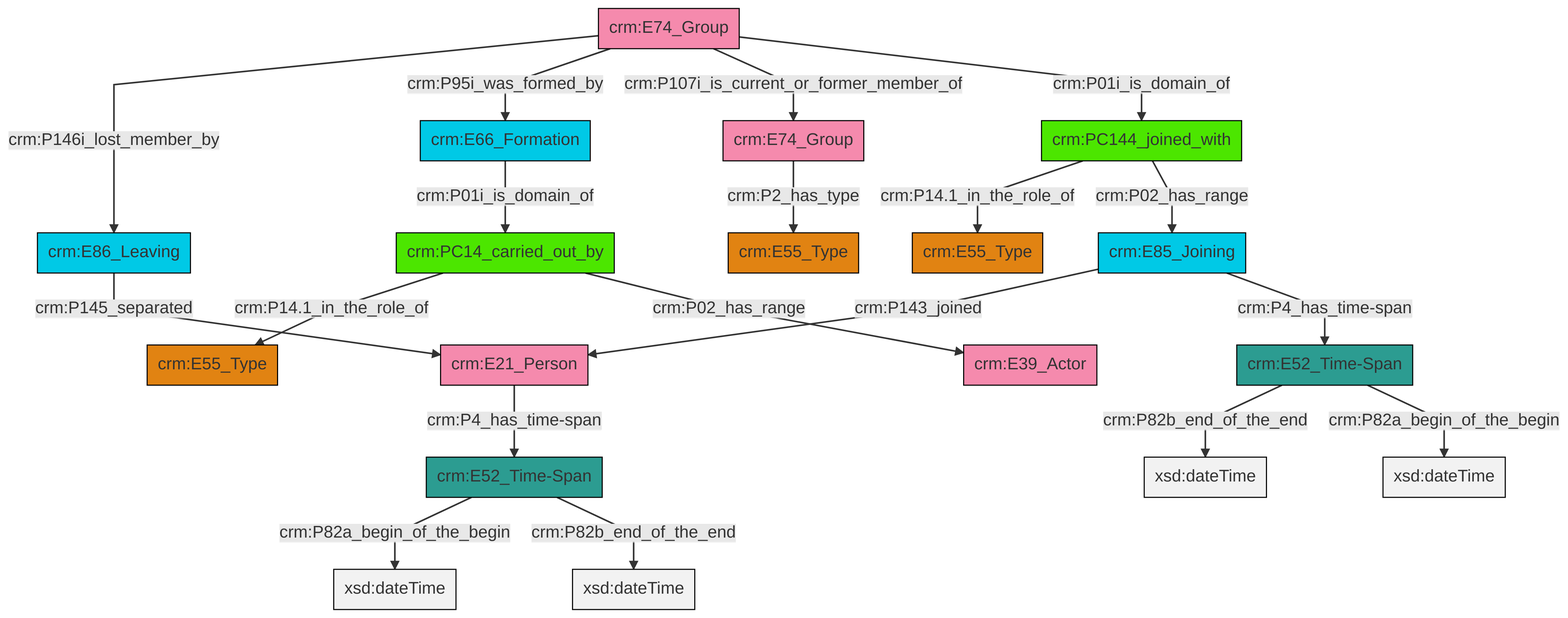
Earlier version of the Mermaid export et/groupCSV/ttl/mmd/png/group_actor_relations.png (swiss-art-research-net/reference-data-models). Its source is kept beside it as et/groupCSV/ttl/mmd/group_actor_relations.ttl.mmd.
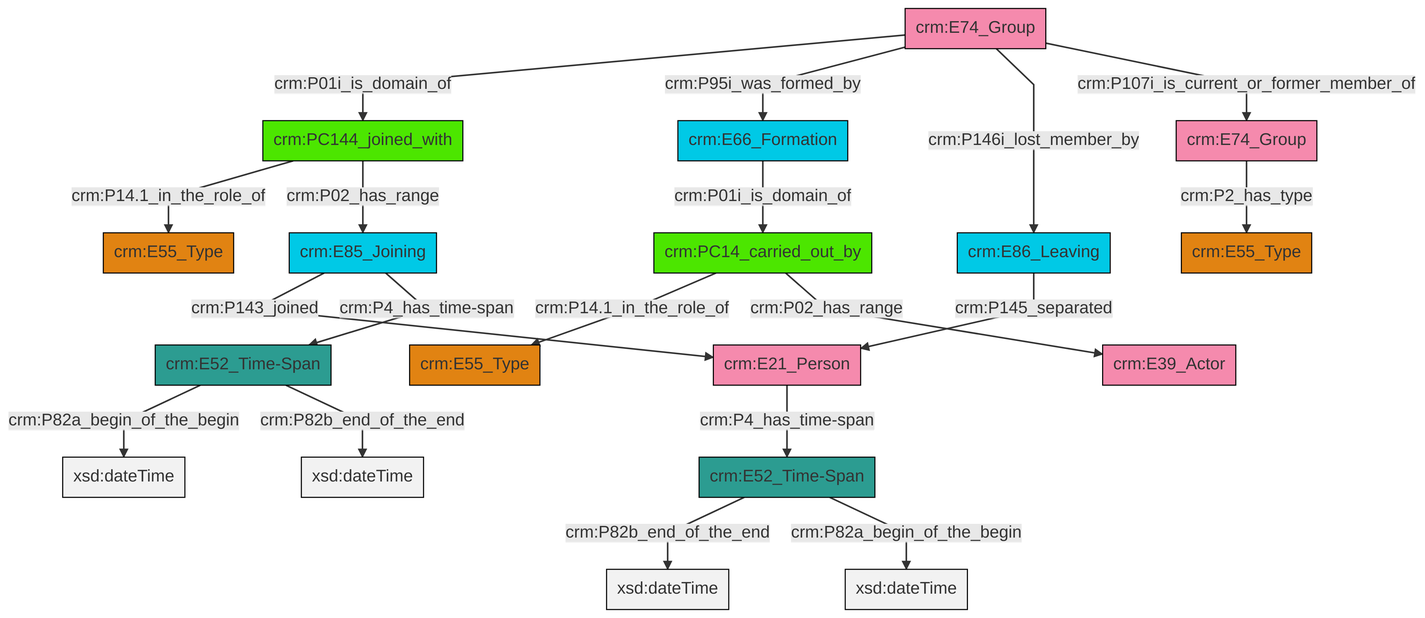
Above is the later version.

Diff of the diagram source:
```diff
@@ -13,21 +13,21 @@
 classDef PC_Classes fill:#4ce600, stroke:#000000;
 classDef Multi fill:#cccccc,stroke:#000000;
 
-4["crm:E74_Group"]:::Actor -->|crm:P146i_lost_member_by| 5["crm:E86_Leaving"]:::Temporal_Entity
-4["crm:E74_Group"]:::Actor -->|crm:P95i_was_formed_by| 8["crm:E66_Formation"]:::Temporal_Entity
-4["crm:E74_Group"]:::Actor -->|crm:P107i_is_current_or_former_member_of| 11["crm:E74_Group"]:::Actor
-12["crm:E85_Joining"]:::Temporal_Entity -->|crm:P143_joined| 13["crm:E21_Person"]:::Actor
-6["crm:E52_Time-Span"]:::Time-Span -->|crm:P82b_end_of_the_end| 14[xsd:dateTime]:::Literal
-18["crm:E52_Time-Span"]:::Time-Span -->|crm:P82a_begin_of_the_begin| 19[xsd:dateTime]:::Literal
-8["crm:E66_Formation"]:::Temporal_Entity -->|crm:P01i_is_domain_of| 20["crm:PC14_carried_out_by"]:::PC_Classes
-13["crm:E21_Person"]:::Actor -->|crm:P4_has_time-span| 18["crm:E52_Time-Span"]:::Time-Span
-0["crm:PC144_joined_with"]:::PC_Classes -->|crm:P14.1_in_the_role_of| 16["crm:E55_Type"]:::Type
-20["crm:PC14_carried_out_by"]:::PC_Classes -->|crm:P14.1_in_the_role_of| 22["crm:E55_Type"]:::Type
-18["crm:E52_Time-Span"]:::Time-Span -->|crm:P82b_end_of_the_end| 23[xsd:dateTime]:::Literal
-0["crm:PC144_joined_with"]:::PC_Classes -->|crm:P02_has_range| 12["crm:E85_Joining"]:::Temporal_Entity
-12["crm:E85_Joining"]:::Temporal_Entity -->|crm:P4_has_time-span| 6["crm:E52_Time-Span"]:::Time-Span
-5["crm:E86_Leaving"]:::Temporal_Entity -->|crm:P145_separated| 13["crm:E21_Person"]:::Actor
-6["crm:E52_Time-Span"]:::Time-Span -->|crm:P82a_begin_of_the_begin| 32[xsd:dateTime]:::Literal
-20["crm:PC14_carried_out_by"]:::PC_Classes -->|crm:P02_has_range| 2["crm:E39_Actor"]:::Actor
-4["crm:E74_Group"]:::Actor -->|crm:P01i_is_domain_of| 0["crm:PC144_joined_with"]:::PC_Classes
-11["crm:E74_Group"]:::Actor -->|crm:P2_has_type| 26["crm:E55_Type"]:::Type
+0["crm:PC14_carried_out_by"]:::PC_Classes -->|crm:P14.1_in_the_role_of| 1["crm:E55_Type"]:::Type
+2["crm:E85_Joining"]:::Temporal_Entity -->|crm:P143_joined| 3["crm:E21_Person"]:::Actor
+4["crm:E52_Time-Span"]:::Time-Span -->|crm:P82a_begin_of_the_begin| 5[xsd:dateTime]:::Literal
+10["crm:E74_Group"]:::Actor -->|crm:P01i_is_domain_of| 11["crm:PC144_joined_with"]:::PC_Classes
+11["crm:PC144_joined_with"]:::PC_Classes -->|crm:P14.1_in_the_role_of| 12["crm:E55_Type"]:::Type
+10["crm:E74_Group"]:::Actor -->|crm:P95i_was_formed_by| 15["crm:E66_Formation"]:::Temporal_Entity
+0["crm:PC14_carried_out_by"]:::PC_Classes -->|crm:P02_has_range| 16["crm:E39_Actor"]:::Actor
+15["crm:E66_Formation"]:::Temporal_Entity -->|crm:P01i_is_domain_of| 0["crm:PC14_carried_out_by"]:::PC_Classes
+2["crm:E85_Joining"]:::Temporal_Entity -->|crm:P4_has_time-span| 4["crm:E52_Time-Span"]:::Time-Span
+3["crm:E21_Person"]:::Actor -->|crm:P4_has_time-span| 6["crm:E52_Time-Span"]:::Time-Span
+11["crm:PC144_joined_with"]:::PC_Classes -->|crm:P02_has_range| 2["crm:E85_Joining"]:::Temporal_Entity
+26["crm:E74_Group"]:::Actor -->|crm:P2_has_type| 8["crm:E55_Type"]:::Type
+4["crm:E52_Time-Span"]:::Time-Span -->|crm:P82b_end_of_the_end| 30[xsd:dateTime]:::Literal
+10["crm:E74_Group"]:::Actor -->|crm:P146i_lost_member_by| 17["crm:E86_Leaving"]:::Temporal_Entity
+10["crm:E74_Group"]:::Actor -->|crm:P107i_is_current_or_former_member_of| 26["crm:E74_Group"]:::Actor
+6["crm:E52_Time-Span"]:::Time-Span -->|crm:P82b_end_of_the_end| 31[xsd:dateTime]:::Literal
+17["crm:E86_Leaving"]:::Temporal_Entity -->|crm:P145_separated| 3["crm:E21_Person"]:::Actor
+6["crm:E52_Time-Span"]:::Time-Span -->|crm:P82a_begin_of_the_begin| 34[xsd:dateTime]:::Literal
```
